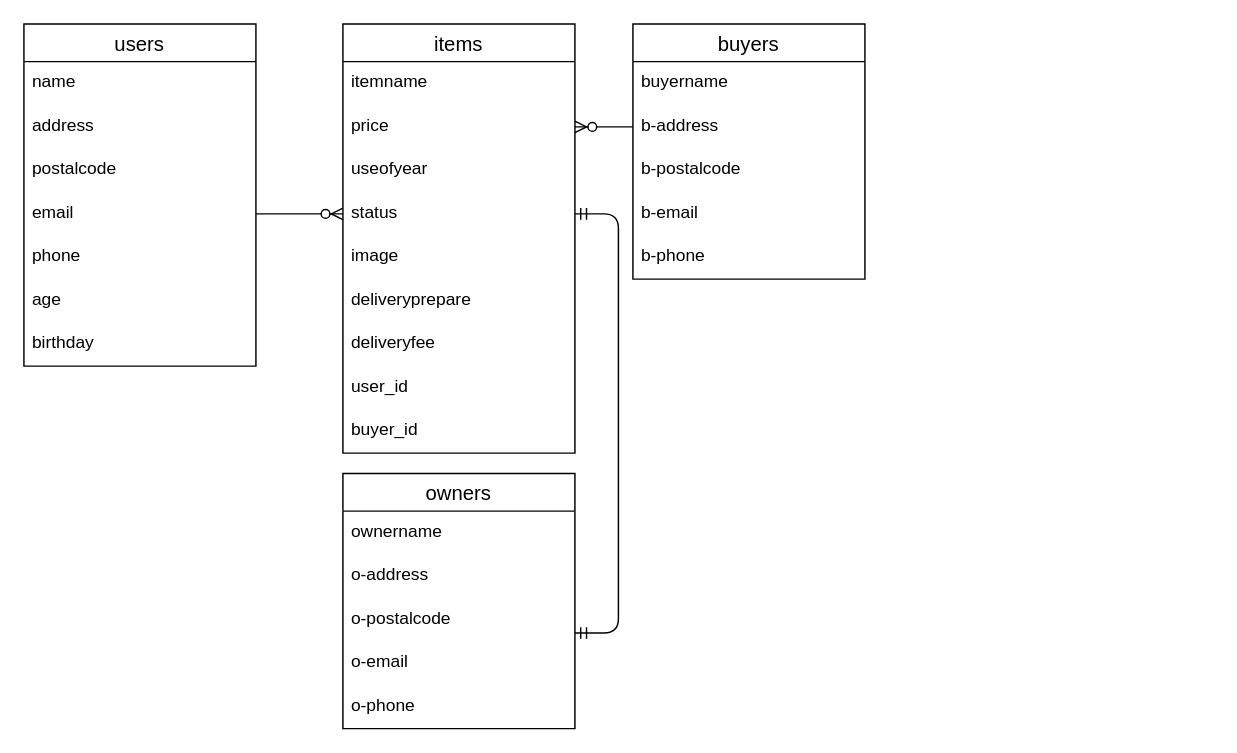
takuo-maeda/furima-32844 keeps this draw.io diagram as er.dio. Above is the earlier version. Source tidied: cells renumbered, new cells numbered last; positions are measured from the earlier drawing's top-left corner, leaving out a move shared by most shapes. Both pictures are drawn from the tidied source at 145%, with x=0, y=0 at pixel (23, 23).
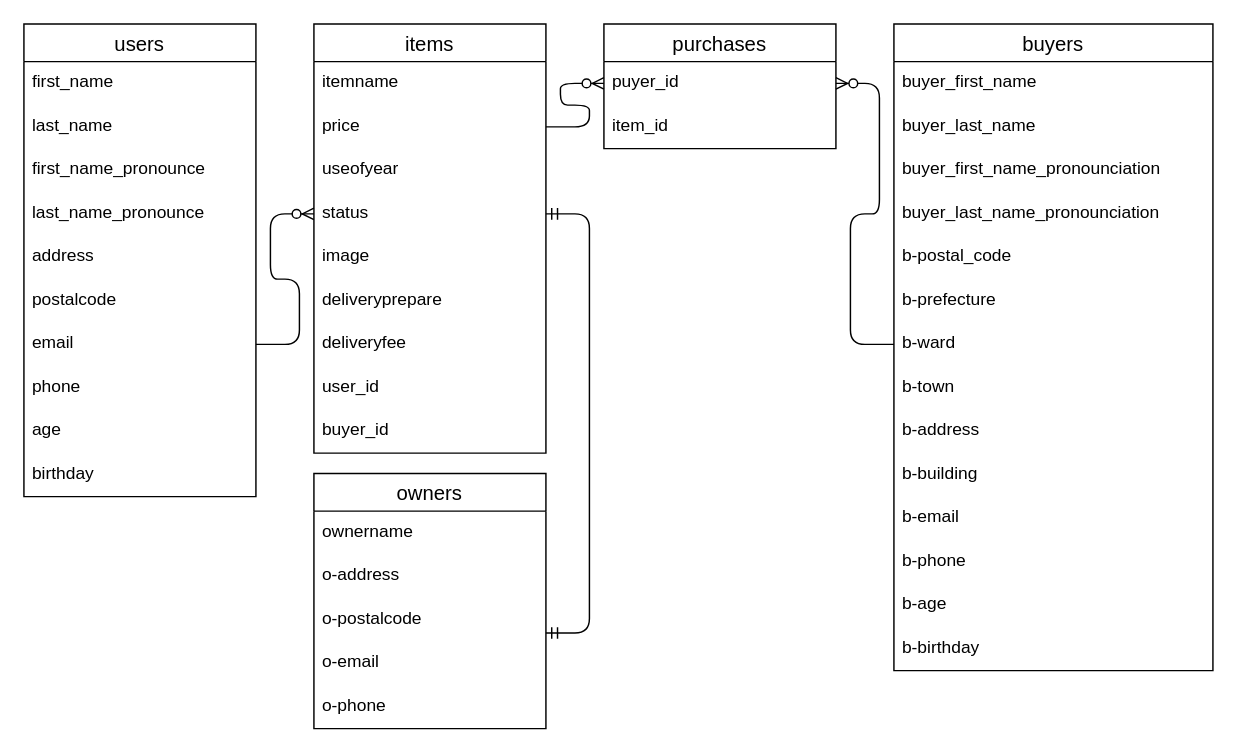
The same diagram, later.

Unchanged cells that the change refers to:
```xml
<mxCell id="12" value="price" style="text;strokeColor=none;fillColor=none;spacingLeft=4;spacingRight=4;overflow=hidden;points=[[0,0.5],[1,0.5]];portConstraint=eastwest;fontSize=12;" parent="10" vertex="1">
  <mxGeometry y="56" width="160" height="30" as="geometry" />
</mxCell>
```

The edit, as a diff of the source:
```diff
@@
     <mxCell id="2" value="users" style="swimlane;fontStyle=0;horizontal=1;startSize=26;align=center;fontSize=14;" parent="1" vertex="1">
-      <mxGeometry width="160" height="236" as="geometry" />
+      <mxGeometry width="160" height="326" as="geometry" />
     </mxCell>
-    <mxCell id="3" value="name" style="text;strokeColor=none;fillColor=none;spacingLeft=4;spacingRight=4;overflow=hidden;fontSize=12;" parent="2" vertex="1">
+    <mxCell id="3" value="first_name" style="text;strokeColor=none;fillColor=none;spacingLeft=4;spacingRight=4;overflow=hidden;fontSize=12;" parent="2" vertex="1">
       <mxGeometry y="26" width="160" height="30" as="geometry" />
     </mxCell>
+    <mxCell id="35" value="last_name" style="text;strokeColor=none;fillColor=none;spacingLeft=4;spacingRight=4;overflow=hidden;fontSize=12;" parent="2" vertex="1">
+      <mxGeometry y="56" width="160" height="30" as="geometry" />
+    </mxCell>
+    <mxCell id="36" value="first_name_pronounce" style="text;strokeColor=none;fillColor=none;spacingLeft=4;spacingRight=4;overflow=hidden;fontSize=12;" parent="2" vertex="1">
+      <mxGeometry y="86" width="160" height="30" as="geometry" />
+    </mxCell>
+    <mxCell id="37" value="last_name_pronounce" style="text;strokeColor=none;fillColor=none;spacingLeft=4;spacingRight=4;overflow=hidden;fontSize=12;" parent="2" vertex="1">
+      <mxGeometry y="116" width="160" height="30" as="geometry" />
+    </mxCell>
     <mxCell id="4" value="address" style="text;strokeColor=none;fillColor=none;spacingLeft=4;spacingRight=4;overflow=hidden;fontSize=12;" parent="2" vertex="1">
-      <mxGeometry y="56" width="160" height="30" as="geometry" />
+      <mxGeometry y="146" width="160" height="30" as="geometry" />
     </mxCell>
     <mxCell id="5" value="postalcode" style="text;strokeColor=none;fillColor=none;spacingLeft=4;spacingRight=4;overflow=hidden;fontSize=12;" parent="2" vertex="1">
-      <mxGeometry y="86" width="160" height="30" as="geometry" />
+      <mxGeometry y="176" width="160" height="30" as="geometry" />
     </mxCell>
     <mxCell id="6" value="email" style="text;strokeColor=none;fillColor=none;spacingLeft=4;spacingRight=4;overflow=hidden;points=[[0,0.5],[1,0.5]];portConstraint=eastwest;fontSize=12;" parent="2" vertex="1">
-      <mxGeometry y="116" width="160" height="30" as="geometry" />
+      <mxGeometry y="206" width="160" height="30" as="geometry" />
     </mxCell>
     <mxCell id="7" value="phone" style="text;strokeColor=none;fillColor=none;spacingLeft=4;spacingRight=4;overflow=hidden;fontSize=12;" parent="2" vertex="1">
-      <mxGeometry y="146" width="160" height="30" as="geometry" />
+      <mxGeometry y="236" width="160" height="30" as="geometry" />
     </mxCell>
     <mxCell id="8" value="age" style="text;strokeColor=none;fillColor=none;spacingLeft=4;spacingRight=4;overflow=hidden;fontSize=12;" parent="2" vertex="1">
-      <mxGeometry y="176" width="160" height="30" as="geometry" />
+      <mxGeometry y="266" width="160" height="30" as="geometry" />
     </mxCell>
     <mxCell id="9" value="birthday" style="text;strokeColor=none;fillColor=none;spacingLeft=4;spacingRight=4;overflow=hidden;fontSize=12;" parent="2" vertex="1">
-      <mxGeometry y="206" width="160" height="30" as="geometry" />
+      <mxGeometry y="296" width="160" height="30" as="geometry" />
     </mxCell>
     <mxCell id="10" value="items" style="swimlane;fontStyle=0;horizontal=1;startSize=26;align=center;fontSize=14;" parent="1" vertex="1">
-      <mxGeometry x="220" width="160" height="296" as="geometry" />
+      <mxGeometry x="200" width="160" height="296" as="geometry" />
     </mxCell>
@@
     <mxCell id="20" value="buyers" style="swimlane;fontStyle=0;horizontal=1;startSize=26;align=center;fontSize=14;" parent="1" vertex="1">
-      <mxGeometry x="420" width="160" height="176" as="geometry" />
+      <mxGeometry x="600" width="220" height="446" as="geometry" />
     </mxCell>
-    <mxCell id="21" value="buyername" style="text;strokeColor=none;fillColor=none;spacingLeft=4;spacingRight=4;overflow=hidden;fontSize=12;" parent="20" vertex="1">
-      <mxGeometry y="26" width="160" height="30" as="geometry" />
+    <mxCell id="21" value="buyer_first_name" style="text;strokeColor=none;fillColor=none;spacingLeft=4;spacingRight=4;overflow=hidden;fontSize=12;" parent="20" vertex="1">
+      <mxGeometry y="26" width="220" height="30" as="geometry" />
     </mxCell>
+    <mxCell id="38" value="buyer_last_name" style="text;strokeColor=none;fillColor=none;spacingLeft=4;spacingRight=4;overflow=hidden;fontSize=12;" parent="20" vertex="1">
+      <mxGeometry y="56" width="220" height="30" as="geometry" />
+    </mxCell>
+    <mxCell id="39" value="buyer_first_name_pronounciation" style="text;strokeColor=none;fillColor=none;spacingLeft=4;spacingRight=4;overflow=hidden;fontSize=12;" parent="20" vertex="1">
+      <mxGeometry y="86" width="220" height="30" as="geometry" />
+    </mxCell>
+    <mxCell id="40" value="buyer_last_name_pronounciation" style="text;strokeColor=none;fillColor=none;spacingLeft=4;spacingRight=4;overflow=hidden;fontSize=12;" parent="20" vertex="1">
+      <mxGeometry y="116" width="220" height="30" as="geometry" />
+    </mxCell>
-    <mxCell id="22" value="b-address" style="text;strokeColor=none;fillColor=none;spacingLeft=4;spacingRight=4;overflow=hidden;points=[[0,0.5],[1,0.5]];portConstraint=eastwest;fontSize=12;" parent="20" vertex="1">
-      <mxGeometry y="56" width="160" height="30" as="geometry" />
+    <mxCell id="22" value="b-postal_code" style="text;strokeColor=none;fillColor=none;spacingLeft=4;spacingRight=4;overflow=hidden;points=[[0,0.5],[1,0.5]];portConstraint=eastwest;fontSize=12;" parent="20" vertex="1">
+      <mxGeometry y="146" width="220" height="30" as="geometry" />
     </mxCell>
+    <mxCell id="41" value="b-prefecture" style="text;strokeColor=none;fillColor=none;spacingLeft=4;spacingRight=4;overflow=hidden;fontSize=12;" parent="20" vertex="1">
+      <mxGeometry y="176" width="220" height="30" as="geometry" />
+    </mxCell>
-    <mxCell id="23" value="b-postalcode" style="text;strokeColor=none;fillColor=none;spacingLeft=4;spacingRight=4;overflow=hidden;points=[[0,0.5],[1,0.5]];portConstraint=eastwest;fontSize=12;" parent="20" vertex="1">
-      <mxGeometry y="86" width="160" height="30" as="geometry" />
+    <mxCell id="23" value="b-ward" style="text;strokeColor=none;fillColor=none;spacingLeft=4;spacingRight=4;overflow=hidden;points=[[0,0.5],[1,0.5]];portConstraint=eastwest;fontSize=12;" parent="20" vertex="1">
+      <mxGeometry y="206" width="220" height="30" as="geometry" />
     </mxCell>
+    <mxCell id="42" value="b-town" style="text;strokeColor=none;fillColor=none;spacingLeft=4;spacingRight=4;overflow=hidden;fontSize=12;" parent="20" vertex="1">
+      <mxGeometry y="236" width="220" height="30" as="geometry" />
+    </mxCell>
+    <mxCell id="43" value="b-address" style="text;strokeColor=none;fillColor=none;spacingLeft=4;spacingRight=4;overflow=hidden;fontSize=12;" parent="20" vertex="1">
+      <mxGeometry y="266" width="220" height="30" as="geometry" />
+    </mxCell>
+    <mxCell id="44" value="b-building" style="text;strokeColor=none;fillColor=none;spacingLeft=4;spacingRight=4;overflow=hidden;fontSize=12;" parent="20" vertex="1">
+      <mxGeometry y="296" width="220" height="30" as="geometry" />
+    </mxCell>
     <mxCell id="24" value="b-email" style="text;strokeColor=none;fillColor=none;spacingLeft=4;spacingRight=4;overflow=hidden;fontSize=12;" parent="20" vertex="1">
-      <mxGeometry y="116" width="160" height="30" as="geometry" />
+      <mxGeometry y="326" width="220" height="30" as="geometry" />
     </mxCell>
+    <mxCell id="45" value="b-phone" style="text;strokeColor=none;fillColor=none;spacingLeft=4;spacingRight=4;overflow=hidden;fontSize=12;" parent="20" vertex="1">
+      <mxGeometry y="356" width="220" height="30" as="geometry" />
+    </mxCell>
+    <mxCell id="46" value="b-age" style="text;strokeColor=none;fillColor=none;spacingLeft=4;spacingRight=4;overflow=hidden;fontSize=12;" parent="20" vertex="1">
+      <mxGeometry y="386" width="220" height="30" as="geometry" />
+    </mxCell>
-    <mxCell id="25" value="b-phone" style="text;strokeColor=none;fillColor=none;spacingLeft=4;spacingRight=4;overflow=hidden;fontSize=12;" parent="20" vertex="1">
-      <mxGeometry y="146" width="160" height="30" as="geometry" />
+    <mxCell id="25" value="b-birthday" style="text;strokeColor=none;fillColor=none;spacingLeft=4;spacingRight=4;overflow=hidden;fontSize=12;" parent="20" vertex="1">
+      <mxGeometry y="416" width="220" height="30" as="geometry" />
     </mxCell>
     <mxCell id="26" value="owners" style="swimlane;fontStyle=0;horizontal=1;startSize=26;align=center;fontSize=14;" parent="1" vertex="1">
-      <mxGeometry x="220" y="310" width="160" height="176" as="geometry" />
+      <mxGeometry x="200" y="310" width="160" height="176" as="geometry" />
     </mxCell>
@@
-    <mxCell id="34" style="edgeStyle=entityRelationEdgeStyle;fontSize=12;html=1;endArrow=ERzeroToMany;endFill=1;exitX=0;exitY=0.5;exitDx=0;exitDy=0;entryX=1;entryY=0.5;entryDx=0;entryDy=0;" parent="1" edge="1" source="22" target="12">
-      <mxGeometry relative="1" as="geometry" />
-    </mxCell>
+    <mxCell id="47" value="purchases" style="swimlane;fontStyle=0;horizontal=1;startSize=26;align=center;fontSize=14;" parent="1" vertex="1">
+      <mxGeometry x="400" width="160" height="86" as="geometry" />
+    </mxCell>
+    <mxCell id="48" value="puyer_id" style="text;strokeColor=none;fillColor=none;spacingLeft=4;spacingRight=4;overflow=hidden;points=[[0,0.5],[1,0.5]];portConstraint=eastwest;fontSize=12;" parent="47" vertex="1">
+      <mxGeometry y="26" width="160" height="30" as="geometry" />
+    </mxCell>
+    <mxCell id="49" value="item_id" style="text;strokeColor=none;fillColor=none;spacingLeft=4;spacingRight=4;overflow=hidden;fontSize=12;" parent="47" vertex="1">
+      <mxGeometry y="56" width="160" height="30" as="geometry" />
+    </mxCell>
+    <mxCell id="50" style="edgeStyle=entityRelationEdgeStyle;fontSize=12;html=1;endArrow=ERzeroToMany;endFill=1;exitX=0;exitY=0.5;exitDx=0;exitDy=0;entryX=1;entryY=0.5;entryDx=0;entryDy=0;" parent="1" edge="1" source="23" target="48">
+      <mxGeometry relative="1" as="geometry" />
+    </mxCell>
+    <mxCell id="51" style="edgeStyle=entityRelationEdgeStyle;fontSize=12;html=1;endArrow=ERzeroToMany;endFill=1;exitX=1;exitY=0.5;exitDx=0;exitDy=0;entryX=0;entryY=0.5;entryDx=0;entryDy=0;" parent="1" edge="1" source="12" target="48">
+      <mxGeometry relative="1" as="geometry" />
+    </mxCell>
```
